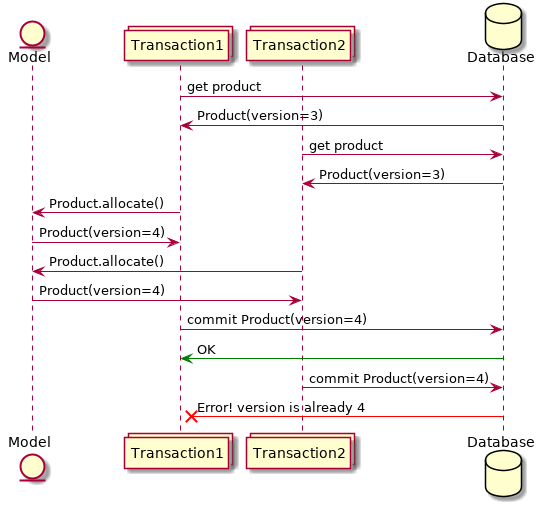
Above: images/version_numbers_sequence_diagram.png in cosmicpython/book (PlantUML), before the change.
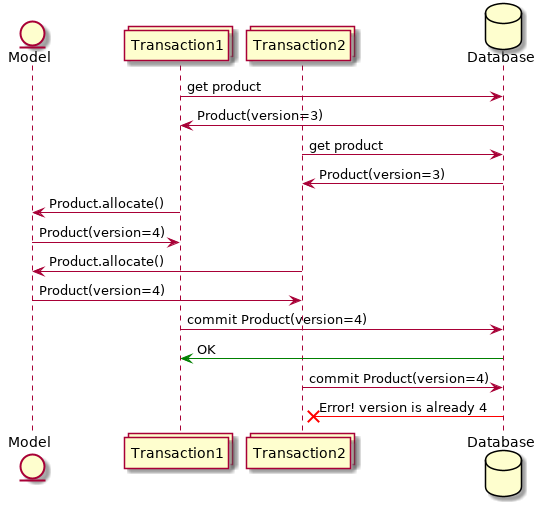
After the commit.

Commit message:
fix typo in db sequence diag

What changed in the source:
```diff
@@ -17,6 +17,6 @@
 Transaction1 -> Database: commit Product(version=4)
 Database -[#green]> Transaction1: OK
 Transaction2 -> Database: commit Product(version=4)
-Database -[#red]>x Transaction1: Error! version is already 4
+Database -[#red]>x Transaction2: Error! version is already 4
 
 @enduml
```
